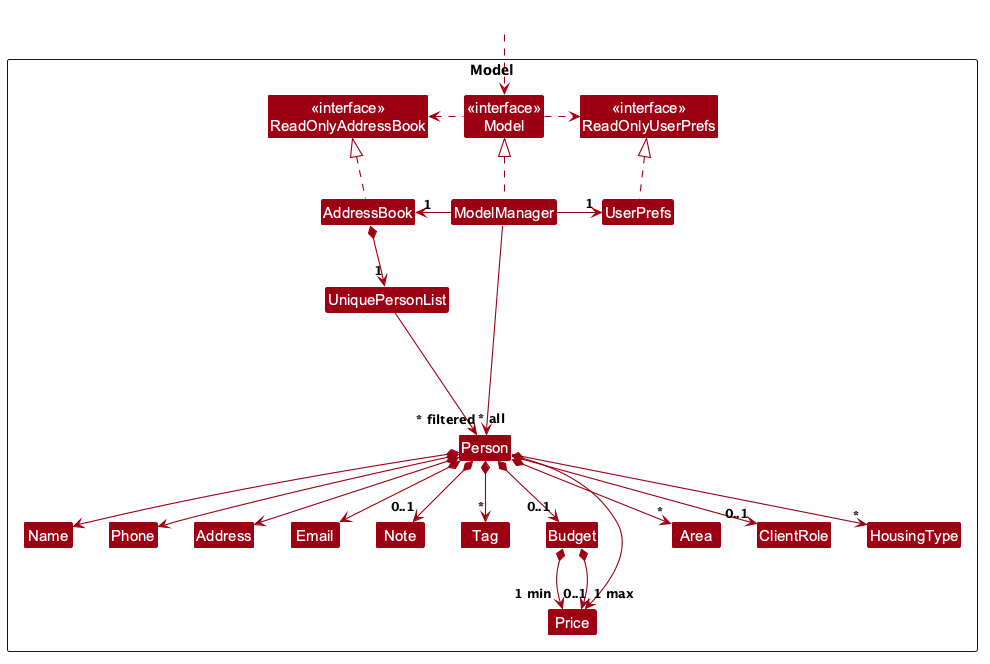
Before: docs/images/ModelClassDiagram.png, a diagram exported from PlantUML (AY2627S1-CS2103T-W09-3/tp).
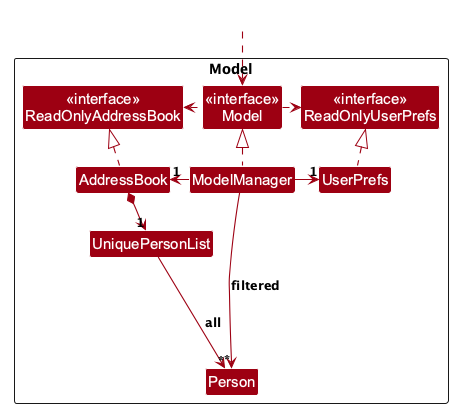
The same file after the commit.

Change to the diagram source:
```diff
@@ -1,4 +1,5 @@
 @startuml
+!pragma layout smetana
 !include style.puml
 skinparam arrowThickness 1.1
 skinparam arrowColor MODEL_COLOR
@@ -14,17 +15,6 @@
 
 Class UniquePersonList
 Class Person
-Class Address
-Class Email
-Class Name
-Class Phone
-Class Note
-Class Tag
-Class Budget
-Class Price
-Class Area
-enum ClientRole
-enum HousingType
 
 Class I #FFFFFF
 }
@@ -42,27 +32,10 @@
 UserPrefs .up.|> ReadOnlyUserPrefs
 
 AddressBook *--> "1" UniquePersonList
-UniquePersonList --> "~* all" Person
-Person *--> Name
-Person *--> Phone
-Person *--> Email
-Person *--> Address
-Person *--> "0..1" Note
-Person *--> "0..1" Budget
-Person *--> "0..1" Price
-Person *--> "*" Area
-Person --> "*" HousingType
-Person *--> "*" Tag
-Person --> "0..1" ClientRole
-Budget *--> "1 min" Price
-Budget *--> "1 max" Price
+UniquePersonList --> "*" Person : all
 
 Person -[hidden]up--> I
 UniquePersonList -[hidden]right-> I
 
-Name -[hidden]right-> Phone
-Phone -[hidden]right-> Address
-Address -[hidden]right-> Email
-
-ModelManager --> "~* filtered" Person
+ModelManager --> "*" Person : filtered
 @enduml
```
